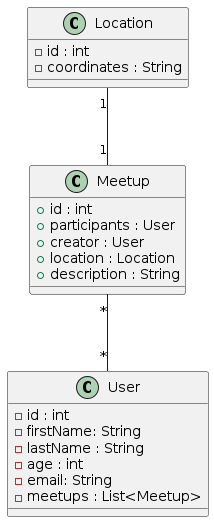
Before: images/diagram-classes.png, a diagram exported from PlantUML (2223-3bhif-syp/02-projekte-mopedmeetup).
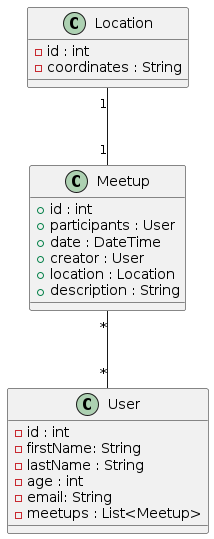
After the change.

Change to the diagram source:
```diff
@@ -10,6 +10,7 @@
 class Meetup {
     + id : int
     + participants : User
+    + date : DateTime
     + creator : User
     + location : Location
     + description : String
```
